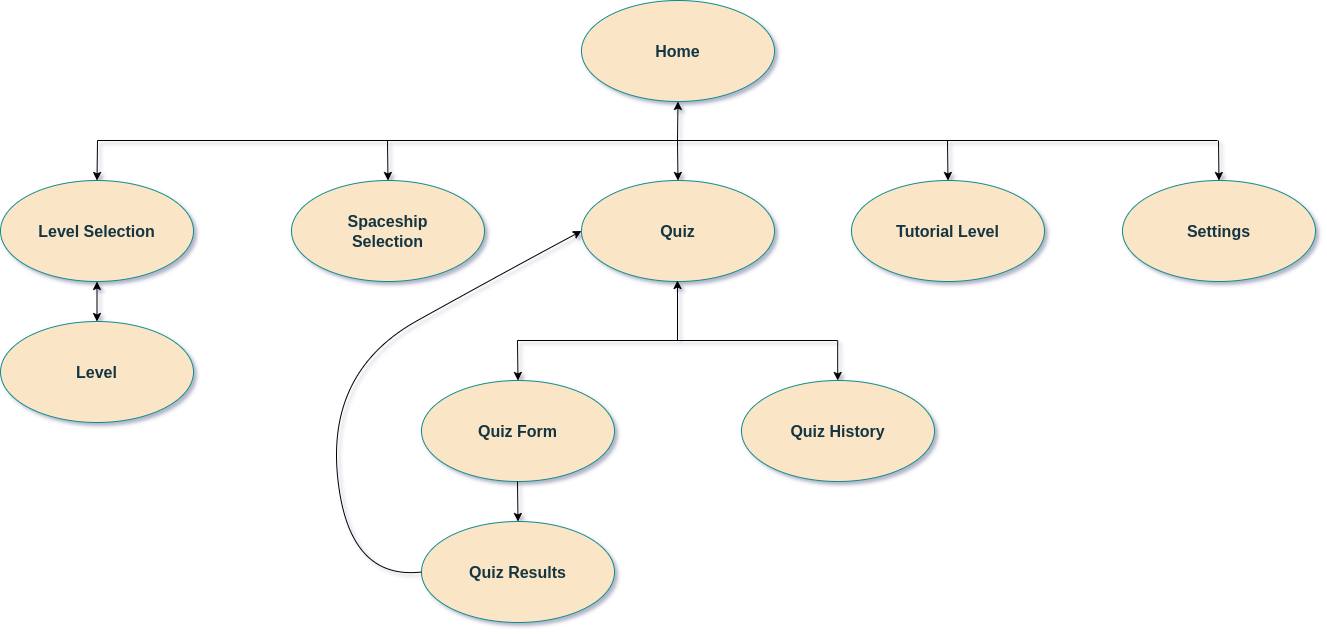
StelTheo73/thesis-docs keeps this draw.io diagram as chapter-6/image002_app_structure.png. Above is the earlier version. Source tidied: cells renumbered, new cells last; positions are measured from the earlier drawing's top-left corner, leaving out a move shared by most shapes.
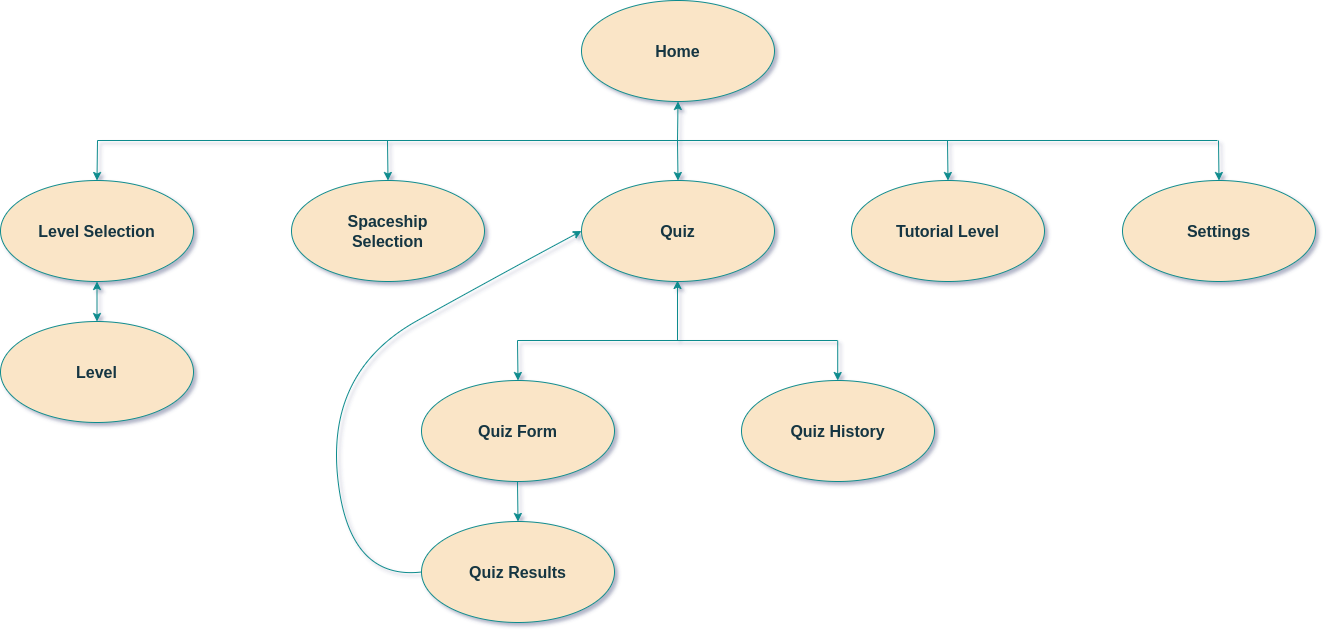
Later version of the same file.

Commit message:
change colors of app structure diagram

The edit, as a diff of the source:
```diff
@@ -38,50 +38,50 @@
     <mxCell id="13" value="&lt;span style=&quot;font-size: 16px;&quot;&gt;&lt;b&gt;Settings&lt;/b&gt;&lt;/span&gt;" style="text;html=1;align=center;verticalAlign=middle;whiteSpace=wrap;rounded=0;labelBackgroundColor=none;fontColor=#143642;" parent="1" vertex="1">
       <mxGeometry x="1145" y="215.5" width="147" height="30" as="geometry" />
     </mxCell>
-    <mxCell id="14" style="endArrow=classic;html=1;rounded=0;entryX=0.5;entryY=0;entryDx=0;entryDy=0;" parent="1" edge="1" target="8">
+    <mxCell id="14" style="endArrow=classic;html=1;rounded=0;entryX=0.5;entryY=0;entryDx=0;entryDy=0;strokeColor=#0F8B8D;" parent="1" edge="1" target="8">
       <mxGeometry relative="1" as="geometry">
         <mxPoint x="97" y="140" as="sourcePoint" />
       </mxGeometry>
     </mxCell>
-    <mxCell id="15" style="endArrow=none;html=1;rounded=0;" parent="1" edge="1">
+    <mxCell id="15" style="endArrow=none;html=1;rounded=0;strokeColor=#0F8B8D;" parent="1" edge="1">
       <mxGeometry relative="1" as="geometry">
         <mxPoint x="97" y="140" as="sourcePoint" />
         <mxPoint x="1217" y="140" as="targetPoint" />
       </mxGeometry>
     </mxCell>
-    <mxCell id="16" style="endArrow=classic;html=1;rounded=0;entryX=0.5;entryY=0;entryDx=0;entryDy=0;" parent="1" edge="1" target="12">
+    <mxCell id="16" style="endArrow=classic;html=1;rounded=0;entryX=0.5;entryY=0;entryDx=0;entryDy=0;strokeColor=#0F8B8D;" parent="1" edge="1" target="12">
       <mxGeometry relative="1" as="geometry">
         <mxPoint x="1218" y="140" as="sourcePoint" />
       </mxGeometry>
     </mxCell>
-    <mxCell id="17" style="endArrow=classic;html=1;rounded=0;entryX=0.5;entryY=0;entryDx=0;entryDy=0;" parent="1" edge="1" target="4">
+    <mxCell id="17" style="endArrow=classic;html=1;rounded=0;entryX=0.5;entryY=0;entryDx=0;entryDy=0;strokeColor=#0F8B8D;" parent="1" edge="1" target="4">
       <mxGeometry relative="1" as="geometry">
         <mxPoint x="677" y="140" as="sourcePoint" />
       </mxGeometry>
     </mxCell>
-    <mxCell id="18" style="endArrow=classic;html=1;rounded=0;entryX=0.5;entryY=0;entryDx=0;entryDy=0;" parent="1" edge="1" target="10">
+    <mxCell id="18" style="endArrow=classic;html=1;rounded=0;entryX=0.5;entryY=0;entryDx=0;entryDy=0;strokeColor=#0F8B8D;" parent="1" edge="1" target="10">
       <mxGeometry relative="1" as="geometry">
         <mxPoint x="947" y="140" as="sourcePoint" />
       </mxGeometry>
     </mxCell>
-    <mxCell id="19" style="endArrow=classic;html=1;rounded=0;entryX=0.5;entryY=0;entryDx=0;entryDy=0;" parent="1" edge="1" target="6">
+    <mxCell id="19" style="endArrow=classic;html=1;rounded=0;entryX=0.5;entryY=0;entryDx=0;entryDy=0;strokeColor=#0F8B8D;" parent="1" edge="1" target="6">
       <mxGeometry relative="1" as="geometry">
         <mxPoint x="387" y="140" as="sourcePoint" />
       </mxGeometry>
     </mxCell>
-    <mxCell id="20" style="endArrow=none;html=1;rounded=0;" parent="1" edge="1">
+    <mxCell id="20" style="endArrow=none;html=1;rounded=0;strokeColor=#0F8B8D;" parent="1" edge="1">
       <mxGeometry relative="1" as="geometry">
         <mxPoint x="517" y="340" as="sourcePoint" />
         <mxPoint x="837" y="340" as="targetPoint" />
       </mxGeometry>
     </mxCell>
-    <mxCell id="21" style="endArrow=classic;html=1;rounded=0;" parent="1" edge="1">
+    <mxCell id="21" style="endArrow=classic;html=1;rounded=0;strokeColor=#0F8B8D;" parent="1" edge="1">
       <mxGeometry relative="1" as="geometry">
         <mxPoint x="837.2" y="340" as="sourcePoint" />
         <mxPoint x="837.2" y="380" as="targetPoint" />
       </mxGeometry>
     </mxCell>
-    <mxCell id="22" style="endArrow=classic;html=1;rounded=0;entryX=0.5;entryY=0;entryDx=0;entryDy=0;" parent="1" edge="1" target="23">
+    <mxCell id="22" style="endArrow=classic;html=1;rounded=0;entryX=0.5;entryY=0;entryDx=0;entryDy=0;strokeColor=#0F8B8D;" parent="1" edge="1" target="23">
       <mxGeometry relative="1" as="geometry">
         <mxPoint x="517" y="340" as="sourcePoint" />
       </mxGeometry>
@@ -104,21 +104,21 @@
     <mxCell id="28" value="&lt;span style=&quot;font-size: 16px;&quot;&gt;&lt;b&gt;Level&lt;/b&gt;&lt;/span&gt;" style="text;html=1;align=center;verticalAlign=middle;whiteSpace=wrap;rounded=0;labelBackgroundColor=none;fontColor=#143642;" parent="1" vertex="1">
       <mxGeometry x="23" y="356.5" width="147" height="30" as="geometry" />
     </mxCell>
-    <mxCell id="29" style="endArrow=classic;html=1;rounded=0;entryX=0.5;entryY=1;entryDx=0;entryDy=0;" parent="1" edge="1" target="2">
+    <mxCell id="29" style="endArrow=classic;html=1;rounded=0;entryX=0.5;entryY=1;entryDx=0;entryDy=0;strokeColor=#0F8B8D;" parent="1" edge="1" target="2">
       <mxGeometry relative="1" as="geometry">
         <mxPoint x="677" y="140" as="sourcePoint" />
       </mxGeometry>
     </mxCell>
-    <mxCell id="30" style="endArrow=classic;html=1;rounded=0;" parent="1" edge="1">
+    <mxCell id="30" style="endArrow=classic;html=1;rounded=0;strokeColor=#0F8B8D;" parent="1" edge="1">
       <mxGeometry relative="1" as="geometry">
         <mxPoint x="677" y="340" as="sourcePoint" />
         <mxPoint x="677" y="280" as="targetPoint" />
       </mxGeometry>
     </mxCell>
-    <mxCell id="31" style="endArrow=classic;startArrow=classic;html=1;rounded=0;exitX=0.5;exitY=0;exitDx=0;exitDy=0;entryX=0.5;entryY=1;entryDx=0;entryDy=0;" parent="1" edge="1" source="27" target="8">
+    <mxCell id="31" style="endArrow=classic;startArrow=classic;html=1;rounded=0;exitX=0.5;exitY=0;exitDx=0;exitDy=0;entryX=0.5;entryY=1;entryDx=0;entryDy=0;strokeColor=#0F8B8D;" parent="1" edge="1" source="27" target="8">
       <mxGeometry relative="1" as="geometry" />
     </mxCell>
-    <mxCell id="32" style="endArrow=classic;html=1;rounded=0;entryX=0.5;entryY=0;entryDx=0;entryDy=0;" parent="1" edge="1" target="33">
+    <mxCell id="32" style="endArrow=classic;html=1;rounded=0;entryX=0.5;entryY=0;entryDx=0;entryDy=0;strokeColor=#0F8B8D;" parent="1" edge="1" target="33">
       <mxGeometry relative="1" as="geometry">
         <mxPoint x="517" y="481" as="sourcePoint" />
       </mxGeometry>
@@ -129,7 +129,7 @@
     <mxCell id="34" value="&lt;span style=&quot;font-size: 16px;&quot;&gt;&lt;b&gt;Quiz Results&lt;/b&gt;&lt;/span&gt;" style="text;html=1;align=center;verticalAlign=middle;whiteSpace=wrap;rounded=0;labelBackgroundColor=none;fontColor=#143642;" parent="1" vertex="1">
       <mxGeometry x="444" y="556.5" width="147" height="30" as="geometry" />
     </mxCell>
-    <mxCell id="35" style="curved=1;endArrow=classic;html=1;rounded=0;entryX=0;entryY=0.5;entryDx=0;entryDy=0;exitX=0;exitY=0.5;exitDx=0;exitDy=0;" parent="1" edge="1" source="33" target="4">
+    <mxCell id="35" style="curved=1;endArrow=classic;html=1;rounded=0;entryX=0;entryY=0.5;entryDx=0;entryDy=0;exitX=0;exitY=0.5;exitDx=0;exitDy=0;strokeColor=#0F8B8D;" parent="1" edge="1" source="33" target="4">
       <mxGeometry relative="1" as="geometry">
         <Array as="points">
           <mxPoint x="347" y="580" />
```
